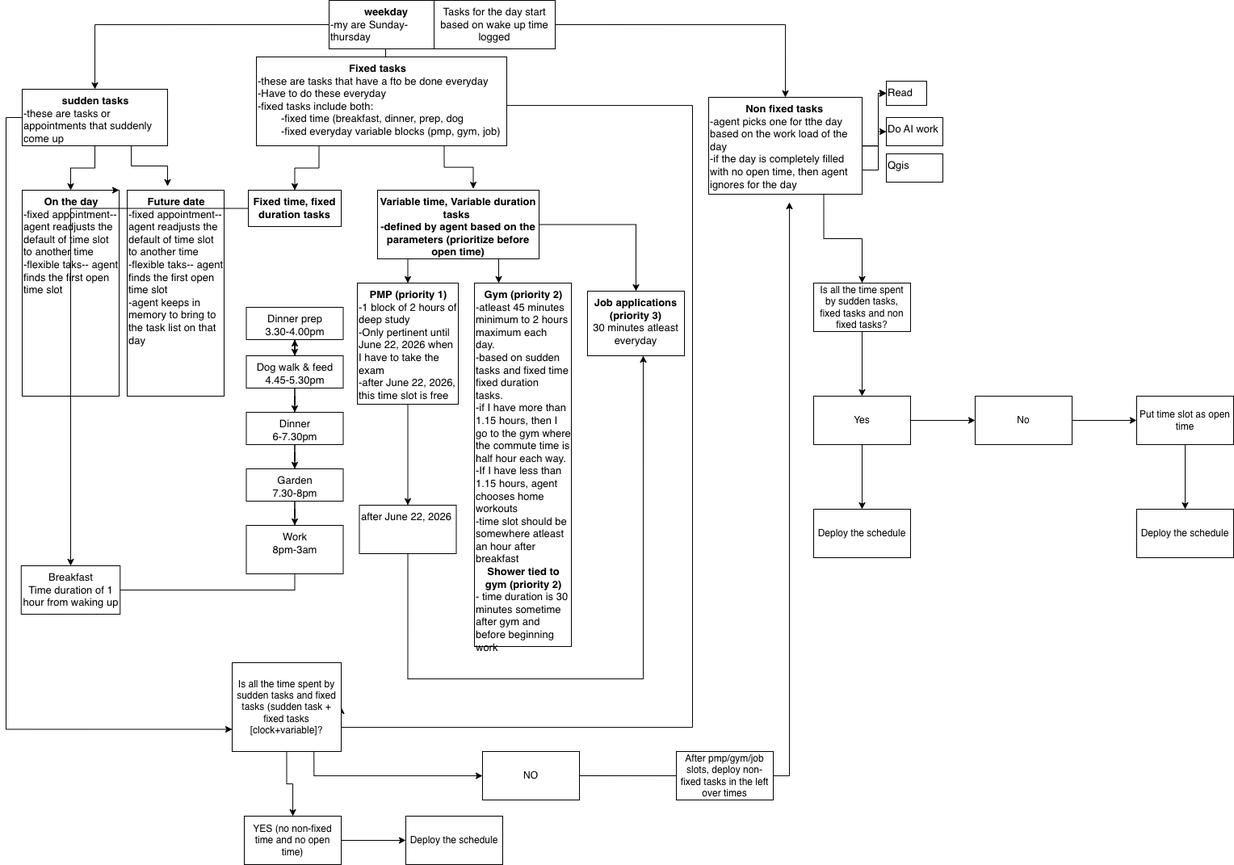
Earlier version of the draw.io export Lifecommand flowchart.drawio.png (madusarkar-tech/life_command_center). Source tidied: cells renumbered, new cells last; positions are measured from the earlier drawing's top-left corner, leaving out a move shared by most shapes.
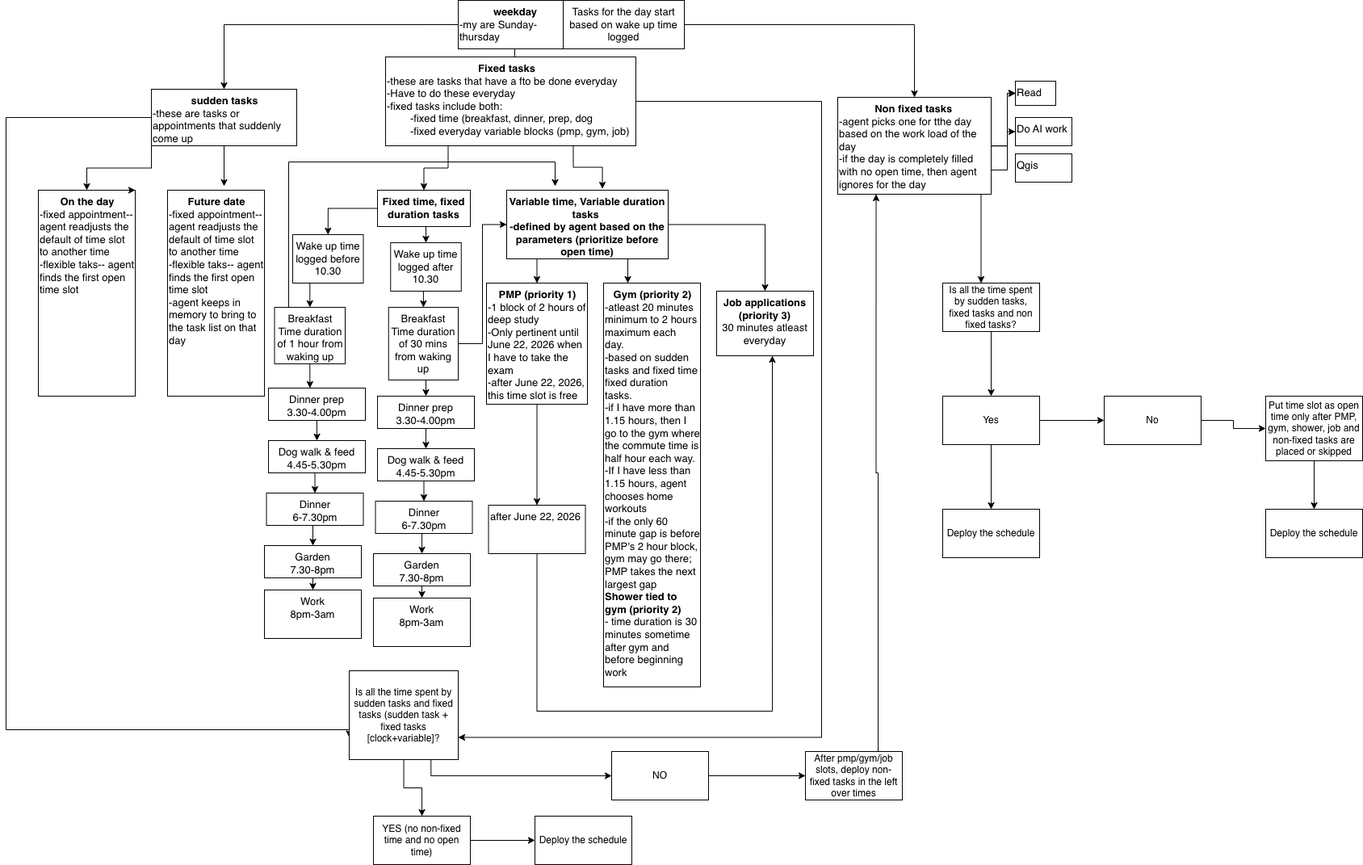
Later version of the same file.

Commit message:
Align workday schedule with latest flowchart spec.

Diff of the diagram source:
```diff
@@ -16,13 +16,18 @@
     </mxCell>
+    <mxCell id="8" style="edgeStyle=orthogonalEdgeStyle;rounded=0;jettySize=auto;html=1;exitX=0;exitY=0.5;exitDx=0;exitDy=0;entryX=0;entryY=0.75;entryDx=0;entryDy=0;" parent="1" edge="1" source="9" target="52">
+      <mxGeometry relative="1" as="geometry">
+        <Array as="points">
+          <mxPoint x="-179" y="145" />
+          <mxPoint x="-179" y="903" />
+        </Array>
+      </mxGeometry>
+    </mxCell>
+    <mxCell id="73" style="edgeStyle=orthogonalEdgeStyle;rounded=0;jettySize=auto;html=1;exitX=0.5;exitY=1;exitDx=0;exitDy=0;" parent="1" edge="1" source="9">
+      <mxGeometry relative="1" as="geometry">
+        <mxPoint x="91" y="230" as="targetPoint" />
+      </mxGeometry>
+    </mxCell>
-    <mxCell id="6" style="edgeStyle=orthogonalEdgeStyle;rounded=0;jettySize=auto;html=1;fontSize=13;verticalAlign=top;" parent="1" edge="1" source="9" target="22">
+    <mxCell id="6" style="edgeStyle=orthogonalEdgeStyle;rounded=0;jettySize=auto;html=1;exitX=0;exitY=1;exitDx=0;exitDy=0;entryX=0.5;entryY=0;entryDx=0;entryDy=0;" parent="1" edge="1" source="9" target="22">
       <mxGeometry relative="1" as="geometry" />
     </mxCell>
-    <mxCell id="7" style="edgeStyle=orthogonalEdgeStyle;rounded=0;jettySize=auto;html=1;exitX=0.75;exitY=1;exitDx=0;exitDy=0;fontSize=13;verticalAlign=top;" parent="1" edge="1" source="9">
-      <mxGeometry relative="1" as="geometry">
-        <mxPoint x="181" y="230" as="targetPoint" />
-      </mxGeometry>
-    </mxCell>
-    <mxCell id="8" style="edgeStyle=orthogonalEdgeStyle;rounded=0;jettySize=auto;html=1;exitX=0;exitY=0.5;exitDx=0;exitDy=0;entryX=0;entryY=0.75;entryDx=0;entryDy=0;" parent="1" edge="1" source="9" target="52">
-      <mxGeometry relative="1" as="geometry" />
-    </mxCell>
     <mxCell id="9" value="&lt;div style=&quot;text-align: center;&quot;&gt;&lt;span style=&quot;background-color: transparent; color: light-dark(rgb(0, 0, 0), rgb(255, 255, 255));&quot;&gt;&lt;b&gt;sudden tasks&lt;/b&gt;&lt;/span&gt;&lt;/div&gt;&lt;div&gt;-these are tasks or appointments that suddenly come up&lt;/div&gt;" style="rounded=0;whiteSpace=wrap;html=1;fontSize=13;align=left;verticalAlign=top;" parent="1" vertex="1">
@@ -30,10 +35,10 @@
     </mxCell>
-    <mxCell id="10" style="edgeStyle=orthogonalEdgeStyle;rounded=0;jettySize=auto;html=1;exitX=0.25;exitY=1;exitDx=0;exitDy=0;entryX=0.5;entryY=0;entryDx=0;entryDy=0;fontSize=13;verticalAlign=top;" parent="1" edge="1" source="12" target="25">
+    <mxCell id="10" style="edgeStyle=orthogonalEdgeStyle;rounded=0;jettySize=auto;html=1;exitX=0.25;exitY=1;exitDx=0;exitDy=0;fontSize=13;verticalAlign=top;" parent="1" edge="1" source="12" target="25">
       <mxGeometry relative="1" as="geometry" />
     </mxCell>
-    <mxCell id="11" style="edgeStyle=orthogonalEdgeStyle;rounded=0;jettySize=auto;html=1;exitX=1;exitY=0.25;exitDx=0;exitDy=0;entryX=1;entryY=0.5;entryDx=0;entryDy=0;" parent="1" edge="1" source="12" target="52">
+    <mxCell id="11" style="edgeStyle=orthogonalEdgeStyle;rounded=0;jettySize=auto;html=1;exitX=1;exitY=0.5;exitDx=0;exitDy=0;entryX=1;entryY=0.75;entryDx=0;entryDy=0;" parent="1" edge="1" source="12" target="52">
       <mxGeometry relative="1" as="geometry">
         <Array as="points">
-          <mxPoint x="831" y="130" />
-          <mxPoint x="831" y="900" />
+          <mxPoint x="831" y="125" />
+          <mxPoint x="831" y="913" />
         </Array>
@@ -65,4 +70,10 @@
     </mxCell>
-    <mxCell id="20" style="edgeStyle=orthogonalEdgeStyle;rounded=0;jettySize=auto;html=1;exitX=0.75;exitY=1;exitDx=0;exitDy=0;entryX=0.5;entryY=0;entryDx=0;entryDy=0;" parent="1" edge="1" source="21" target="61">
-      <mxGeometry relative="1" as="geometry" />
+    <mxCell id="20" style="edgeStyle=orthogonalEdgeStyle;rounded=0;orthogonalLoop=1;jettySize=auto;html=1;exitX=0.75;exitY=1;exitDx=0;exitDy=0;entryX=0.5;entryY=0;entryDx=0;entryDy=0;" parent="1" edge="1">
+      <mxGeometry relative="1" as="geometry">
+        <mxPoint x="981" y="240" as="sourcePoint" />
+        <mxPoint x="1028.5" y="350" as="targetPoint" />
+        <Array as="points">
+          <mxPoint x="1029" y="240" />
+        </Array>
+      </mxGeometry>
     </mxCell>
@@ -72,10 +83,13 @@
     <mxCell id="22" value="&lt;div style=&quot;text-align: center;&quot;&gt;&lt;span style=&quot;background-color: transparent; color: light-dark(rgb(0, 0, 0), rgb(255, 255, 255));&quot;&gt;&lt;b&gt;On the day&lt;/b&gt;&lt;/span&gt;&lt;/div&gt;&lt;div&gt;-fixed appointment--agent readjusts the default of time slot to another time&lt;/div&gt;&lt;div&gt;-flexible taks-- agent finds the first open time slot&lt;/div&gt;" style="whiteSpace=wrap;html=1;rounded=0;fontSize=13;align=left;verticalAlign=top;" parent="1" vertex="1">
-      <mxGeometry x="1" y="235" width="120" height="255" as="geometry" />
+      <mxGeometry x="-139" y="235" width="120" height="255" as="geometry" />
     </mxCell>
     <mxCell id="23" value="&lt;div style=&quot;text-align: center;&quot;&gt;&lt;span style=&quot;background-color: transparent; color: light-dark(rgb(0, 0, 0), rgb(255, 255, 255));&quot;&gt;&lt;b&gt;Future date&lt;/b&gt;&lt;/span&gt;&lt;/div&gt;&lt;div&gt;-fixed appointment--agent readjusts the default of time slot to another time&lt;/div&gt;&lt;div&gt;-flexible taks-- agent finds the first open time slot&lt;/div&gt;&lt;div&gt;-agent keeps in memory to bring to the task list on that day&lt;/div&gt;" style="whiteSpace=wrap;html=1;rounded=0;fontSize=13;align=left;verticalAlign=top;" parent="1" vertex="1">
-      <mxGeometry x="131" y="235" width="120" height="255" as="geometry" />
+      <mxGeometry x="21" y="235" width="120" height="255" as="geometry" />
     </mxCell>
-    <mxCell id="24" style="edgeStyle=orthogonalEdgeStyle;rounded=0;jettySize=auto;html=1;" parent="1" edge="1" source="25" target="32">
-      <mxGeometry relative="1" as="geometry" />
-    </mxCell>
+    <mxCell id="74" style="edgeStyle=orthogonalEdgeStyle;rounded=0;jettySize=auto;html=1;exitX=0;exitY=0.5;exitDx=0;exitDy=0;entryX=0.5;entryY=0;entryDx=0;entryDy=0;" parent="1" edge="1" source="25" target="79">
+      <mxGeometry relative="1" as="geometry" />
+    </mxCell>
+    <mxCell id="75" style="edgeStyle=orthogonalEdgeStyle;rounded=0;jettySize=auto;html=1;exitX=0.5;exitY=1;exitDx=0;exitDy=0;entryX=0.5;entryY=0;entryDx=0;entryDy=0;" parent="1" edge="1" source="25" target="81">
+      <mxGeometry relative="1" as="geometry" />
+    </mxCell>
     <mxCell id="25" value="&lt;b&gt;Fixed time, fixed duration tasks&lt;/b&gt;&lt;br&gt;&lt;div style=&quot;text-align: left;&quot;&gt;&lt;br&gt;&lt;/div&gt;" style="whiteSpace=wrap;html=1;rounded=0;fontSize=13;verticalAlign=top;" parent="1" vertex="1">
@@ -100,9 +114,3 @@
     </mxCell>
-    <mxCell id="31" style="edgeStyle=orthogonalEdgeStyle;rounded=0;jettySize=auto;html=1;" parent="1" edge="1" source="32" target="34">
-      <mxGeometry relative="1" as="geometry" />
-    </mxCell>
-    <mxCell id="32" value="Breakfast&lt;div&gt;Time duration of 1 hour from waking up&lt;/div&gt;" style="whiteSpace=wrap;html=1;fontSize=13;verticalAlign=top;rounded=0;" parent="1" vertex="1">
-      <mxGeometry x="-0.2" y="700" width="122.5" height="60" as="geometry" />
-    </mxCell>
-    <mxCell id="33" style="edgeStyle=orthogonalEdgeStyle;rounded=0;jettySize=auto;html=1;" parent="1" edge="1" source="34" target="36">
+    <mxCell id="33" style="edgeStyle=orthogonalEdgeStyle;rounded=0;jettySize=auto;html=1;exitX=0.5;exitY=1;exitDx=0;exitDy=0;entryX=0.5;entryY=0;entryDx=0;entryDy=0;" parent="1" edge="1" source="34" target="36">
       <mxGeometry relative="1" as="geometry" />
@@ -110,5 +118,5 @@
     <mxCell id="34" value="Dinner prep&lt;div&gt;3.30-4.00pm&lt;/div&gt;" style="whiteSpace=wrap;html=1;fontSize=13;verticalAlign=top;rounded=0;" parent="1" vertex="1">
-      <mxGeometry x="278.5" y="380" width="120" height="40" as="geometry" />
+      <mxGeometry x="281" y="490" width="120" height="40" as="geometry" />
     </mxCell>
-    <mxCell id="35" style="edgeStyle=orthogonalEdgeStyle;rounded=0;jettySize=auto;html=1;" parent="1" edge="1" source="36" target="38">
+    <mxCell id="35" style="edgeStyle=orthogonalEdgeStyle;rounded=0;jettySize=auto;html=1;exitX=0.5;exitY=1;exitDx=0;exitDy=0;entryX=0.5;entryY=0;entryDx=0;entryDy=0;" parent="1" edge="1" source="36" target="38">
       <mxGeometry relative="1" as="geometry" />
@@ -116,5 +124,5 @@
     <mxCell id="36" value="Dog walk &amp;amp; feed&lt;div&gt;4.45-5.30pm&lt;/div&gt;" style="whiteSpace=wrap;html=1;fontSize=13;verticalAlign=top;rounded=0;" parent="1" vertex="1">
-      <mxGeometry x="278.5" y="440" width="120" height="40" as="geometry" />
+      <mxGeometry x="281" y="555" width="120" height="40" as="geometry" />
     </mxCell>
-    <mxCell id="37" style="edgeStyle=orthogonalEdgeStyle;rounded=0;jettySize=auto;html=1;" parent="1" edge="1" source="38" target="40">
+    <mxCell id="37" style="edgeStyle=orthogonalEdgeStyle;rounded=0;jettySize=auto;html=1;exitX=0.5;exitY=1;exitDx=0;exitDy=0;entryX=0.5;entryY=0;entryDx=0;entryDy=0;" parent="1" edge="1" source="38" target="40">
       <mxGeometry relative="1" as="geometry" />
@@ -122,5 +130,5 @@
     <mxCell id="38" value="Dinner&lt;div&gt;6-7.30pm&lt;/div&gt;" style="whiteSpace=wrap;html=1;fontSize=13;verticalAlign=top;rounded=0;" parent="1" vertex="1">
-      <mxGeometry x="278.5" y="510" width="120" height="40" as="geometry" />
+      <mxGeometry x="278.5" y="620" width="120" height="40" as="geometry" />
     </mxCell>
-    <mxCell id="39" style="edgeStyle=orthogonalEdgeStyle;rounded=0;jettySize=auto;html=1;" parent="1" edge="1" source="40" target="41">
+    <mxCell id="39" style="edgeStyle=orthogonalEdgeStyle;rounded=0;jettySize=auto;html=1;exitX=0.5;exitY=1;exitDx=0;exitDy=0;entryX=0.5;entryY=0;entryDx=0;entryDy=0;" parent="1" edge="1" source="40" target="41">
       <mxGeometry relative="1" as="geometry" />
@@ -128,9 +136,9 @@
     <mxCell id="40" value="Garden&lt;div&gt;7.30-8pm&lt;/div&gt;" style="whiteSpace=wrap;html=1;fontSize=13;verticalAlign=top;rounded=0;" parent="1" vertex="1">
-      <mxGeometry x="278.5" y="580" width="120" height="40" as="geometry" />
+      <mxGeometry x="276" y="685" width="120" height="40" as="geometry" />
     </mxCell>
     <mxCell id="41" value="Work&lt;div&gt;8pm-3am&lt;/div&gt;" style="whiteSpace=wrap;html=1;fontSize=13;verticalAlign=top;rounded=0;" parent="1" vertex="1">
-      <mxGeometry x="278.5" y="650" width="120" height="60" as="geometry" />
+      <mxGeometry x="276" y="740" width="120" height="60" as="geometry" />
     </mxCell>
-    <mxCell id="42" value="&lt;div style=&quot;text-align: center;&quot;&gt;&lt;span style=&quot;background-color: transparent; color: light-dark(rgb(0, 0, 0), rgb(255, 255, 255));&quot;&gt;&lt;b&gt;Gym (priority 2)&lt;/b&gt;&lt;/span&gt;&lt;/div&gt;&lt;div&gt;-atleast 45 minutes minimum to 2 hours maximum each day.&amp;nbsp;&lt;/div&gt;&lt;div&gt;-based on sudden tasks and fixed time fixed duration tasks.&amp;nbsp;&lt;/div&gt;&lt;div&gt;-if I have more than 1.15 hours, then I go to the gym where the commute time is half hour each way.&amp;nbsp;&lt;/div&gt;&lt;div&gt;-If I have less than 1.15 hours, agent chooses home workouts&lt;/div&gt;&lt;div&gt;-time slot should be somewhere atleast an hour after breakfast&lt;/div&gt;&lt;div&gt;&lt;div style=&quot;text-align: center;&quot;&gt;&lt;span style=&quot;background-color: transparent; color: light-dark(rgb(0, 0, 0), rgb(255, 255, 255));&quot;&gt;&lt;b&gt;Shower tied to gym (priority 2)&lt;/b&gt;&lt;/span&gt;&lt;/div&gt;&lt;div&gt;- time duration is 30 minutes sometime after gym and before beginning work&lt;/div&gt;&lt;/div&gt;" style="whiteSpace=wrap;html=1;rounded=0;fontSize=13;align=left;verticalAlign=top;" parent="1" vertex="1">
-      <mxGeometry x="561" y="350" width="120" height="450" as="geometry" />
+    <mxCell id="42" value="&lt;div style=&quot;text-align: center;&quot;&gt;&lt;span style=&quot;background-color: transparent; color: light-dark(rgb(0, 0, 0), rgb(255, 255, 255));&quot;&gt;&lt;b&gt;Gym (priority 2)&lt;/b&gt;&lt;/span&gt;&lt;/div&gt;&lt;div&gt;-atleast 20 minutes minimum to 2 hours maximum each day.&amp;nbsp;&lt;/div&gt;&lt;div&gt;-based on sudden tasks and fixed time fixed duration tasks.&amp;nbsp;&lt;/div&gt;&lt;div&gt;-if I have more than 1.15 hours, then I go to the gym where the commute time is half hour each way.&amp;nbsp;&lt;/div&gt;&lt;div&gt;-If I have less than 1.15 hours, agent chooses home workouts&lt;/div&gt;&lt;div&gt;-if the only 60 minute gap is before PMP's 2 hour block, gym may go there; PMP takes the next largest gap&lt;/div&gt;&lt;div&gt;&lt;b style=&quot;background-color: transparent; color: light-dark(rgb(0, 0, 0), rgb(255, 255, 255)); text-align: center;&quot;&gt;Shower tied to gym (priority 2)&lt;/b&gt;&lt;/div&gt;&lt;div&gt;&lt;div&gt;- time duration is 30 minutes sometime after gym and before beginning work&lt;/div&gt;&lt;/div&gt;" style="whiteSpace=wrap;html=1;rounded=0;fontSize=13;align=left;verticalAlign=top;" parent="1" vertex="1">
+      <mxGeometry x="561" y="350" width="120" height="500" as="geometry" />
     </mxCell>
@@ -164,3 +172,3 @@
     <mxCell id="52" value="Is all the time spent by sudden tasks and fixed tasks (sudden task + fixed tasks [clock+variable]?" style="rounded=0;whiteSpace=wrap;html=1;" parent="1" vertex="1">
-      <mxGeometry x="261" y="820" width="135" height="110" as="geometry" />
+      <mxGeometry x="246" y="830" width="135" height="110" as="geometry" />
     </mxCell>
@@ -178,7 +186,5 @@
     </mxCell>
-    <mxCell id="57" style="edgeStyle=orthogonalEdgeStyle;rounded=0;jettySize=auto;html=1;exitX=1;exitY=0.5;exitDx=0;exitDy=0;" parent="1" edge="1" source="58">
-      <mxGeometry relative="1" as="geometry">
-        <mxPoint x="951" y="250" as="targetPoint" />
-      </mxGeometry>
-    </mxCell>
+    <mxCell id="76" style="edgeStyle=orthogonalEdgeStyle;rounded=0;jettySize=auto;html=1;exitX=1;exitY=0.5;exitDx=0;exitDy=0;" parent="1" edge="1" source="58" target="59">
+      <mxGeometry relative="1" as="geometry" />
+    </mxCell>
     <mxCell id="58" value="NO" style="whiteSpace=wrap;html=1;rounded=0;" parent="1" vertex="1">
@@ -186,2 +192,5 @@
     </mxCell>
+    <mxCell id="77" style="edgeStyle=orthogonalEdgeStyle;rounded=0;jettySize=auto;html=1;exitX=0.75;exitY=0;exitDx=0;exitDy=0;entryX=0.25;entryY=1;entryDx=0;entryDy=0;" parent="1" edge="1" source="59" target="21">
+      <mxGeometry relative="1" as="geometry" />
+    </mxCell>
     <mxCell id="59" value="After pmp/gym/job slots, deploy non-fixed tasks in the left over times" style="whiteSpace=wrap;html=1;rounded=0;" parent="1" vertex="1">
@@ -216,4 +225,4 @@
     </mxCell>
-    <mxCell id="69" value="Put time slot as open time" style="whiteSpace=wrap;html=1;rounded=0;" parent="1" vertex="1">
-      <mxGeometry x="1381" y="490" width="120" height="60" as="geometry" />
+    <mxCell id="69" value="Put time slot as open time only after PMP, gym, shower, job and non-fixed tasks are placed or skipped" style="whiteSpace=wrap;html=1;rounded=0;" parent="1" vertex="1">
+      <mxGeometry x="1381" y="490" width="120" height="80" as="geometry" />
     </mxCell>
@@ -228,4 +237,4 @@
         <Array as="points">
-          <mxPoint x="479" y="840" />
-          <mxPoint x="770" y="840" />
+          <mxPoint x="478" y="880" />
+          <mxPoint x="770" y="880" />
         </Array>
@@ -233,2 +242,66 @@
     </mxCell>
+    <mxCell id="78" style="edgeStyle=orthogonalEdgeStyle;rounded=0;jettySize=auto;html=1;exitX=0.5;exitY=1;exitDx=0;exitDy=0;entryX=0.5;entryY=0;entryDx=0;entryDy=0;" parent="1" edge="1" source="79" target="32">
+      <mxGeometry relative="1" as="geometry" />
+    </mxCell>
+    <mxCell id="79" value="Wake up time logged before 10.30" style="whiteSpace=wrap;html=1;fontSize=13;verticalAlign=top;rounded=0;" parent="1" vertex="1">
+      <mxGeometry x="176" y="290" width="87.5" height="60" as="geometry" />
+    </mxCell>
+    <mxCell id="80" style="edgeStyle=orthogonalEdgeStyle;rounded=0;jettySize=auto;html=1;exitX=0.5;exitY=1;exitDx=0;exitDy=0;entryX=0.5;entryY=0;entryDx=0;entryDy=0;" parent="1" edge="1" source="81" target="85">
+      <mxGeometry relative="1" as="geometry" />
+    </mxCell>
+    <mxCell id="81" value="Wake up time logged after 10.30" style="whiteSpace=wrap;html=1;fontSize=13;verticalAlign=top;rounded=0;" parent="1" vertex="1">
+      <mxGeometry x="297.2" y="300" width="87.5" height="60" as="geometry" />
+    </mxCell>
+    <mxCell id="82" style="edgeStyle=orthogonalEdgeStyle;rounded=0;jettySize=auto;html=1;exitX=0;exitY=0;exitDx=0;exitDy=0;" parent="1" edge="1" source="32">
+      <mxGeometry relative="1" as="geometry">
+        <mxPoint x="501" y="230" as="targetPoint" />
+        <Array as="points">
+          <mxPoint x="171" y="380" />
+          <mxPoint x="171" y="200" />
+          <mxPoint x="501" y="200" />
+        </Array>
+      </mxGeometry>
+    </mxCell>
+    <mxCell id="32" value="Breakfast&lt;div&gt;Time duration of 1 hour from waking up&lt;/div&gt;" style="whiteSpace=wrap;html=1;fontSize=13;verticalAlign=top;rounded=0;" parent="1" vertex="1">
+      <mxGeometry x="153.5" y="380" width="87.5" height="70" as="geometry" />
+    </mxCell>
+    <mxCell id="83" style="edgeStyle=orthogonalEdgeStyle;rounded=0;jettySize=auto;html=1;exitX=0.5;exitY=1;exitDx=0;exitDy=0;entryX=0.5;entryY=0;entryDx=0;entryDy=0;" parent="1" edge="1" source="85" target="34">
+      <mxGeometry relative="1" as="geometry" />
+    </mxCell>
+    <mxCell id="84" style="edgeStyle=orthogonalEdgeStyle;rounded=0;jettySize=auto;html=1;exitX=1;exitY=0.5;exitDx=0;exitDy=0;entryX=0;entryY=0.5;entryDx=0;entryDy=0;" parent="1" edge="1" source="85" target="30">
+      <mxGeometry relative="1" as="geometry" />
+    </mxCell>
+    <mxCell id="85" value="Breakfast&lt;div&gt;Time duration of 30 mins from waking up&lt;/div&gt;" style="whiteSpace=wrap;html=1;fontSize=13;verticalAlign=top;rounded=0;" parent="1" vertex="1">
+      <mxGeometry x="294.8" y="380" width="86.2" height="90" as="geometry" />
+    </mxCell>
+    <mxCell id="86" style="edgeStyle=orthogonalEdgeStyle;rounded=0;jettySize=auto;html=1;exitX=0.5;exitY=1;exitDx=0;exitDy=0;entryX=0.5;entryY=0;entryDx=0;entryDy=0;" parent="1" edge="1" source="87" target="89">
+      <mxGeometry relative="1" as="geometry" />
+    </mxCell>
+    <mxCell id="87" value="Dinner prep&lt;div&gt;3.30-4.00pm&lt;/div&gt;" style="whiteSpace=wrap;html=1;fontSize=13;verticalAlign=top;rounded=0;" parent="1" vertex="1">
+      <mxGeometry x="146" y="480" width="120" height="40" as="geometry" />
+    </mxCell>
+    <mxCell id="88" style="edgeStyle=orthogonalEdgeStyle;rounded=0;jettySize=auto;html=1;exitX=0.5;exitY=1;exitDx=0;exitDy=0;entryX=0.5;entryY=0;entryDx=0;entryDy=0;" parent="1" edge="1" source="89" target="91">
+      <mxGeometry relative="1" as="geometry" />
+    </mxCell>
+    <mxCell id="89" value="Dog walk &amp;amp; feed&lt;div&gt;4.45-5.30pm&lt;/div&gt;" style="whiteSpace=wrap;html=1;fontSize=13;verticalAlign=top;rounded=0;" parent="1" vertex="1">
+      <mxGeometry x="146" y="545" width="120" height="40" as="geometry" />
+    </mxCell>
+    <mxCell id="90" style="edgeStyle=orthogonalEdgeStyle;rounded=0;jettySize=auto;html=1;exitX=0.5;exitY=1;exitDx=0;exitDy=0;entryX=0.5;entryY=0;entryDx=0;entryDy=0;" parent="1" edge="1" source="91" target="93">
+      <mxGeometry relative="1" as="geometry" />
+    </mxCell>
+    <mxCell id="91" value="Dinner&lt;div&gt;6-7.30pm&lt;/div&gt;" style="whiteSpace=wrap;html=1;fontSize=13;verticalAlign=top;rounded=0;" parent="1" vertex="1">
+      <mxGeometry x="143.5" y="610" width="120" height="40" as="geometry" />
+    </mxCell>
+    <mxCell id="92" style="edgeStyle=orthogonalEdgeStyle;rounded=0;jettySize=auto;html=1;exitX=0.5;exitY=1;exitDx=0;exitDy=0;entryX=0.5;entryY=0;entryDx=0;entryDy=0;" parent="1" edge="1" source="93" target="94">
+      <mxGeometry relative="1" as="geometry" />
+    </mxCell>
+    <mxCell id="93" value="Garden&lt;div&gt;7.30-8pm&lt;/div&gt;" style="whiteSpace=wrap;html=1;fontSize=13;verticalAlign=top;rounded=0;" parent="1" vertex="1">
+      <mxGeometry x="141" y="675" width="120" height="40" as="geometry" />
+    </mxCell>
+    <mxCell id="94" value="Work&lt;div&gt;8pm-3am&lt;/div&gt;" style="whiteSpace=wrap;html=1;fontSize=13;verticalAlign=top;rounded=0;" parent="1" vertex="1">
+      <mxGeometry x="141" y="730" width="120" height="60" as="geometry" />
+    </mxCell>
+    <mxCell id="95" style="edgeStyle=orthogonalEdgeStyle;rounded=0;jettySize=auto;html=1;exitX=0.5;exitY=1;exitDx=0;exitDy=0;entryX=0.428;entryY=0;entryDx=0;entryDy=0;entryPerimeter=0;" parent="1" edge="1" source="32" target="87">
+      <mxGeometry relative="1" as="geometry" />
+    </mxCell>
   </root>
```
